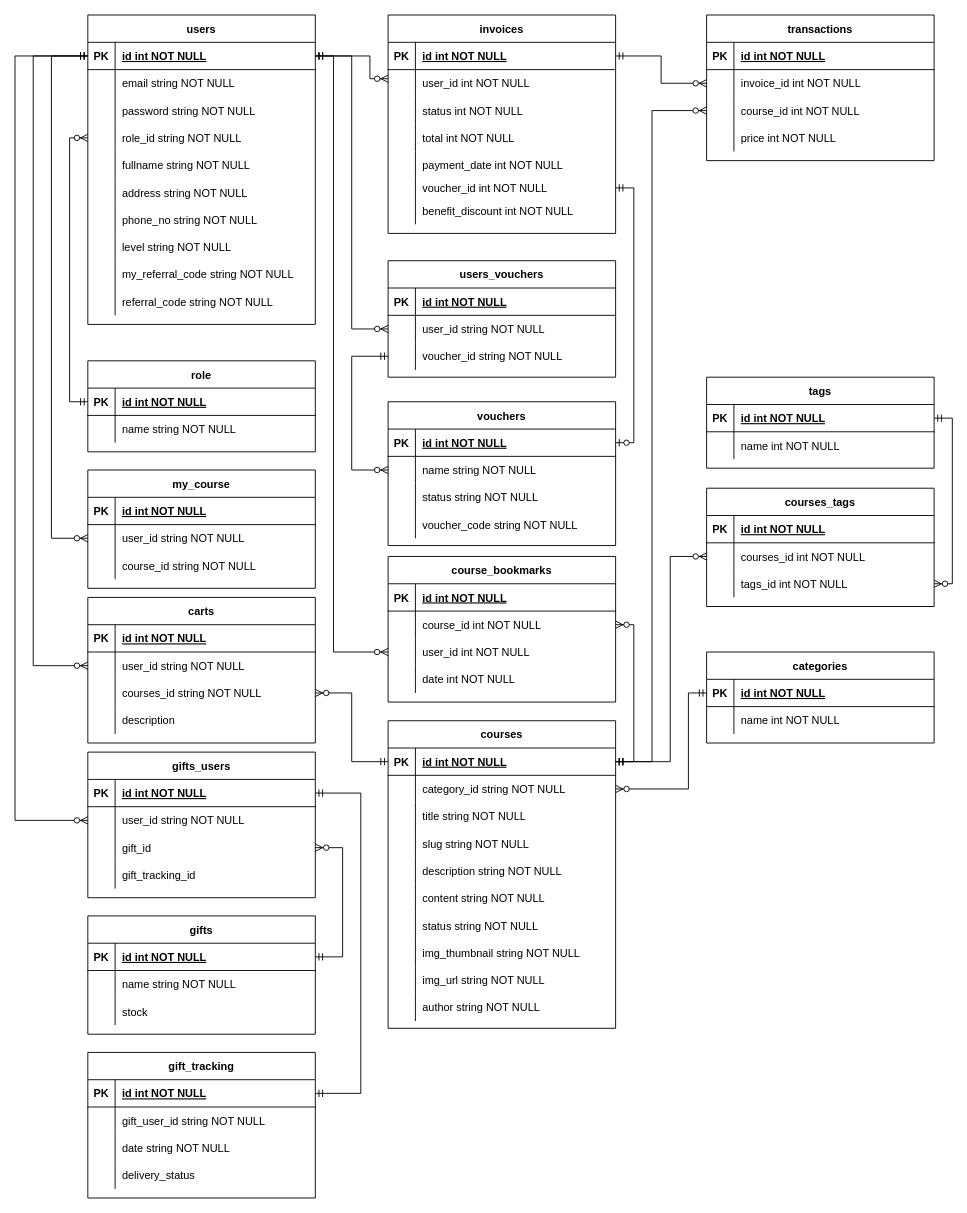
Before: page "ERD" (1 of 2) of online-learning.drawio in azmiadhani/diagramsnet, a draw.io diagram. Source tidied: cells renumbered, new cells numbered last; positions are measured from the earlier drawing's top-left corner, leaving out a move shared by most shapes. Both pictures are drawn from the tidied source at 91%, with x=0, y=0 at pixel (-258, 15).
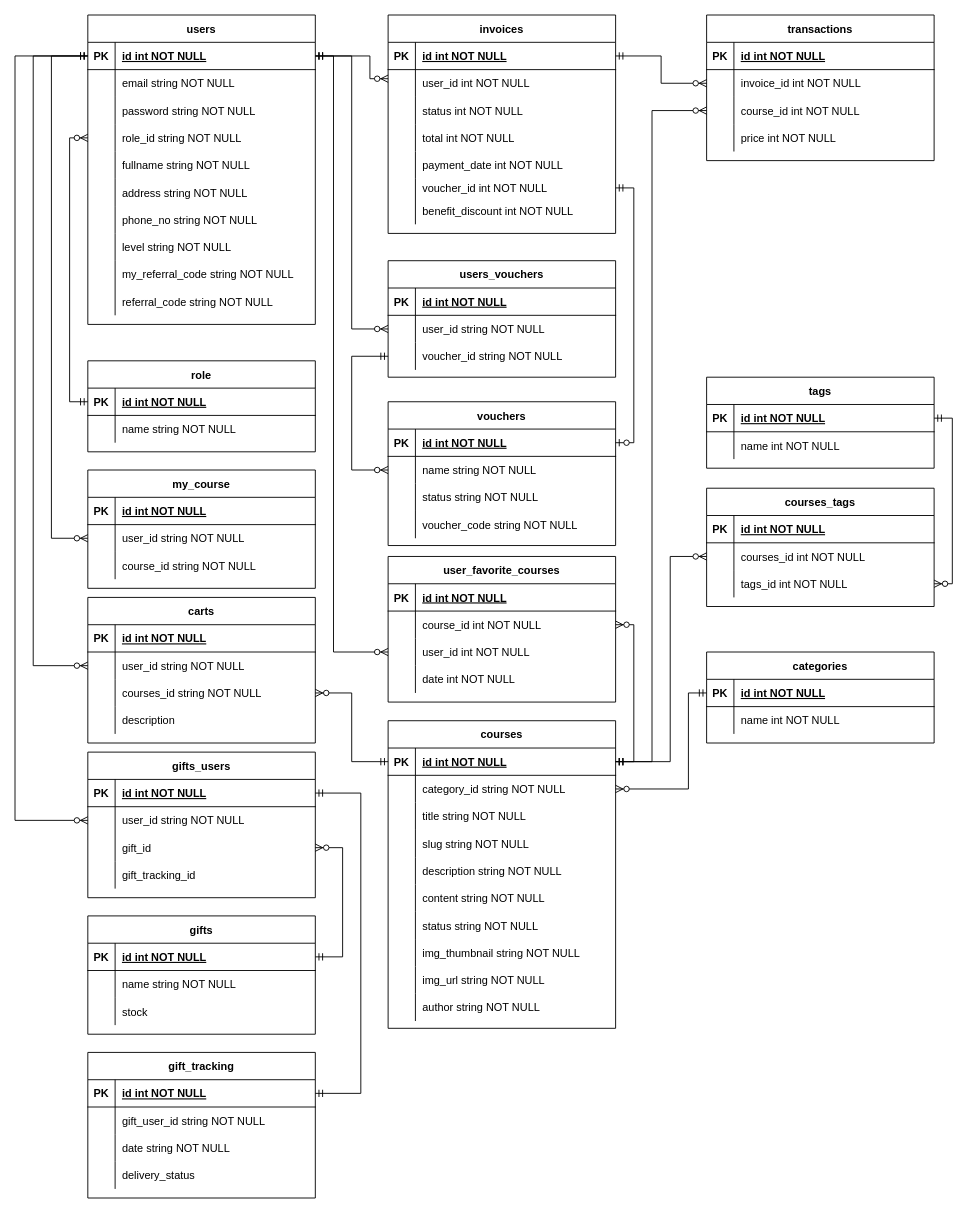
The same page after the edit.

The edit, as a diff of the source:
```diff
@@
-    <mxCell id="154" value="course_bookmarks" style="shape=table;startSize=30;childLayout=tableLayout;rowLines=0;fontStyle=1;align=center;" parent="1" vertex="1">
+    <mxCell id="154" value="user_favorite_courses" style="shape=table;startSize=30;childLayout=tableLayout;rowLines=0;fontStyle=1;align=center;" parent="1" vertex="1">
       <mxGeometry x="710" y="595" width="250" height="160" as="geometry" />
     </mxCell>
```
